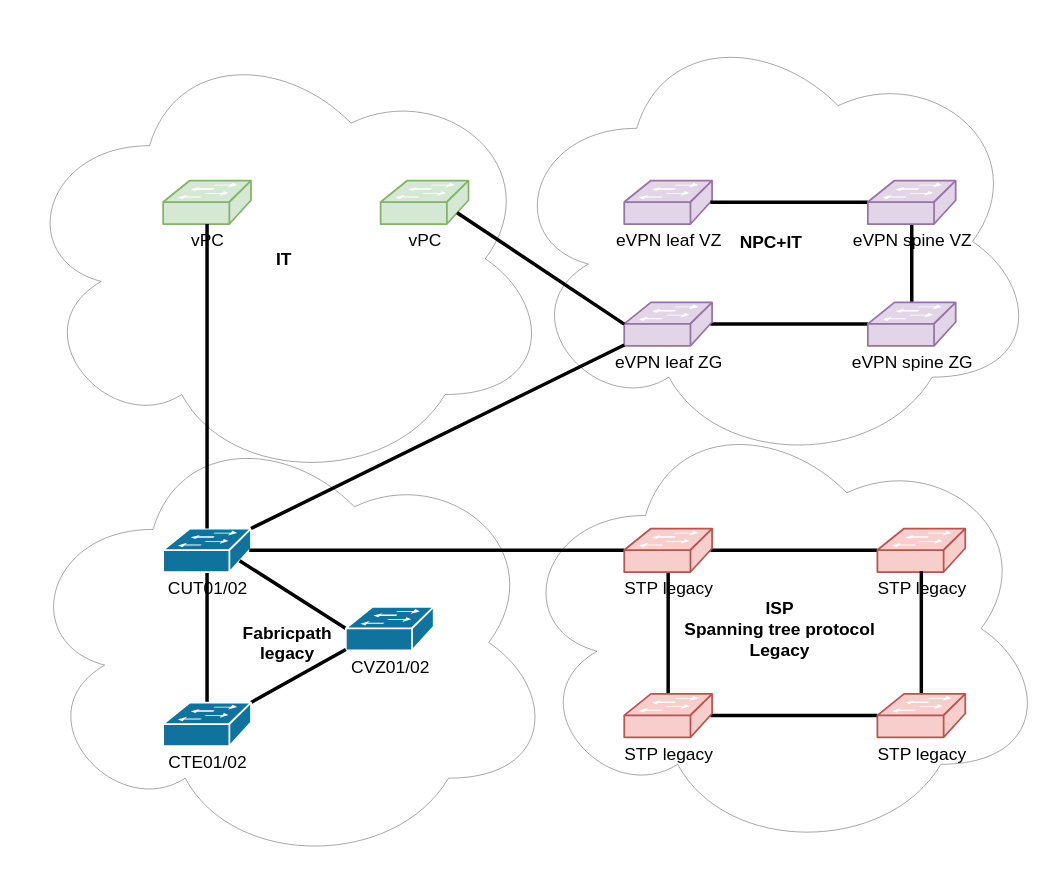
Kublach/OpenWRT keeps this draw.io diagram as DCnow.drawio. Above is the earlier version. Source tidied: cells renumbered, new cells numbered last; positions are measured from the earlier drawing's top-left corner, leaving out a move shared by most shapes. Both pictures are drawn from the tidied source at 87%, with x=0, y=0 at pixel (15, 15).
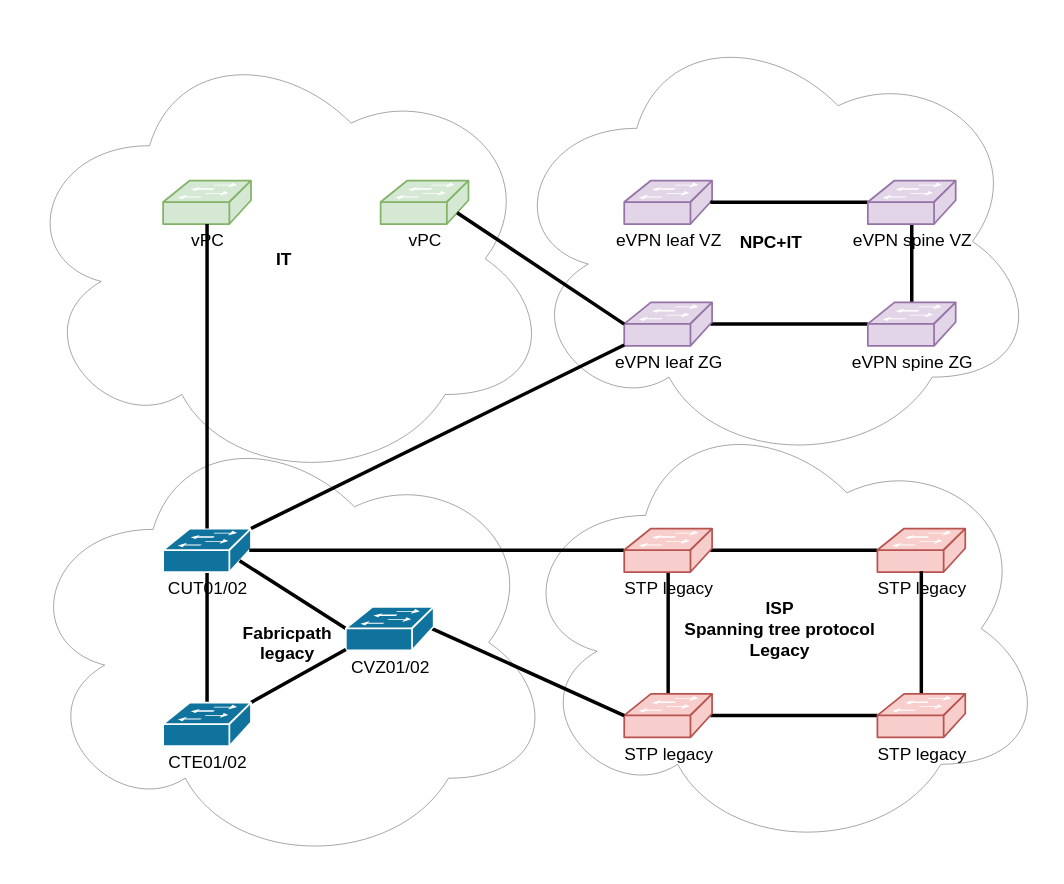
Above is the later version.

Unchanged cells that the change refers to:
```xml
<mxCell id="16" value="STP legacy" style="shape=mxgraph.cisco.switches.workgroup_switch;html=1;dashed=0;fillColor=#f8cecc;strokeColor=#b85450;strokeWidth=2;verticalLabelPosition=bottom;verticalAlign=top;fontFamily=Helvetica;fontSize=20;" parent="1" vertex="1">
  <mxGeometry x="700" y="780" width="101" height="50" as="geometry" />
</mxCell>
<mxCell id="22" value="CVZ01/02&lt;br&gt;" style="shape=mxgraph.cisco.switches.workgroup_switch;html=1;dashed=0;fillColor=#10739E;strokeColor=#ffffff;strokeWidth=2;verticalLabelPosition=bottom;verticalAlign=top;fontFamily=Helvetica;fontSize=20;fontColor=#000000;" parent="1" vertex="1">
  <mxGeometry x="380" y="680" width="101" height="50" as="geometry" />
</mxCell>
```

Change to the diagram source:
```diff
@@
+    <mxCell id="36" style="rounded=0;jettySize=auto;html=1;exitX=0.98;exitY=0.5;exitDx=0;exitDy=0;exitPerimeter=0;entryX=0;entryY=0.5;entryDx=0;entryDy=0;entryPerimeter=0;endArrow=none;endFill=0;strokeWidth=4;" parent="1" edge="1" source="22" target="16">
+      <mxGeometry relative="1" as="geometry" />
+    </mxCell>
```
